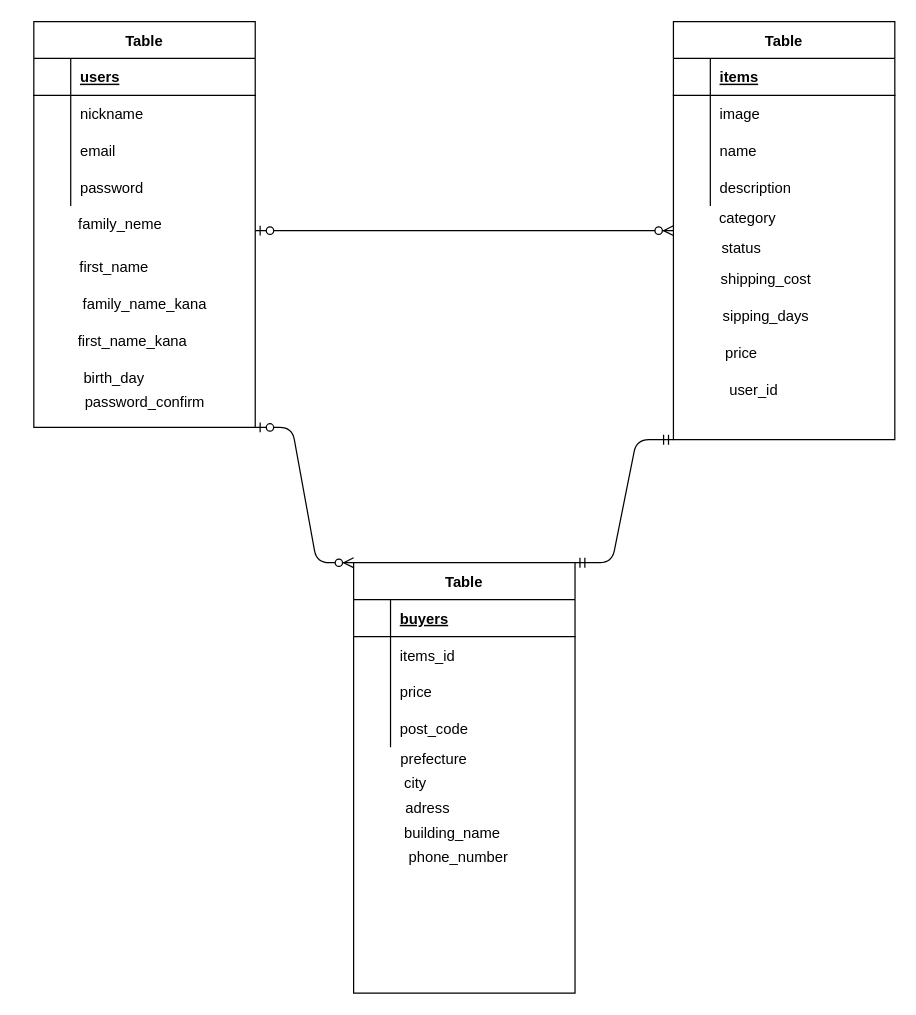
jpei-kawakun/furima-34431 keeps this draw.io diagram as furima.dio. Above is the earlier version. Source tidied: cells renumbered, new cells numbered last; positions are measured from the earlier drawing's top-left corner, leaving out a move shared by most shapes. Both pictures are drawn from the tidied source at 123%, with x=0, y=0 at pixel (33, 21).
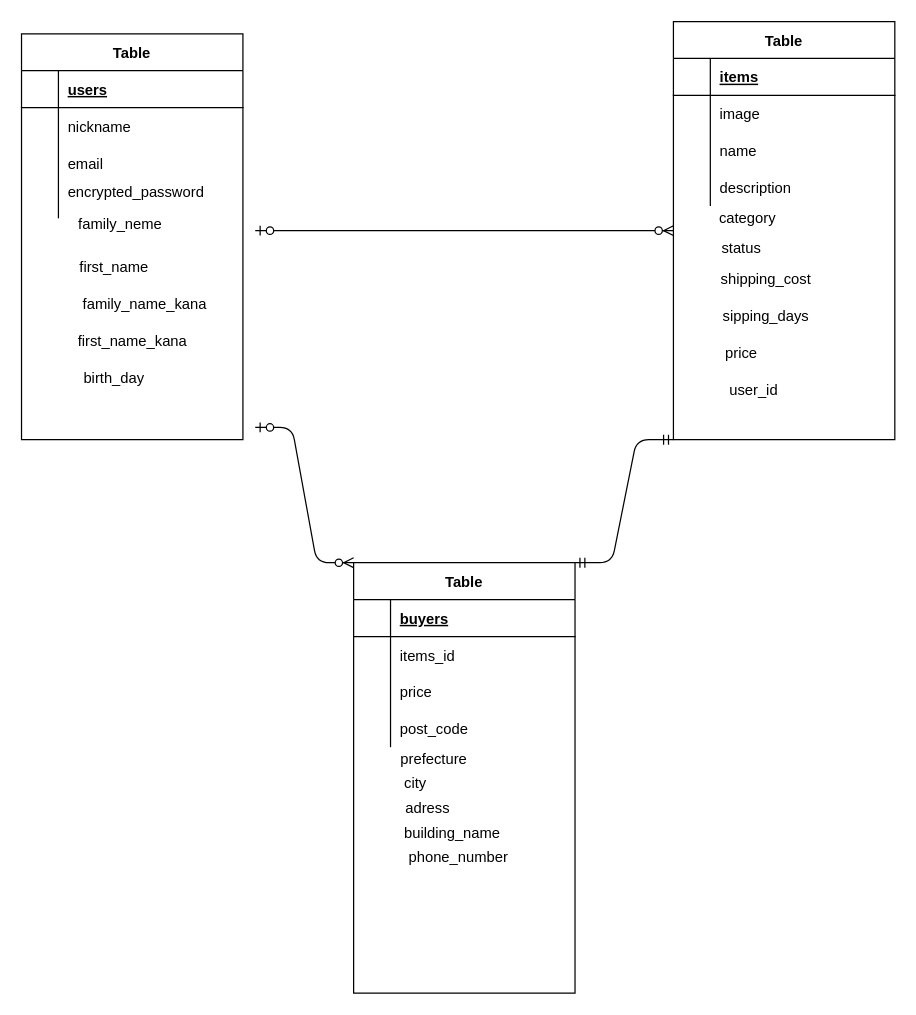
The same diagram, later.

Commit message (it also covers changes not shown here):
encrypted_password変更

The change refers to these unchanged cells:
```xml
<mxCell id="12" style="shape=partialRectangle;fillColor=none;top=0;left=0;bottom=0;right=0;" parent="2" vertex="1">
  <mxGeometry y="120" width="180" height="30" as="geometry" />
</mxCell>
```

The edit, as a diff of the source:
```diff
@@
     <mxCell id="2" value="Table" style="shape=table;startSize=30;childLayout=tableLayout;rowLines=0;fontStyle=1;align=center;" parent="1" vertex="1">
-      <mxGeometry width="180" height="330" as="geometry" />
+      <mxGeometry x="-10" y="10" width="180" height="330" as="geometry" />
     </mxCell>
@@
-    <mxCell id="14" value="password" style="shape=partialRectangle;fillColor=none;top=0;left=0;bottom=0;right=0;align=left;spacingLeft=6;overflow=hidden;" parent="12" vertex="1">
+    <mxCell id="14" value="encrypted_password&#10;" style="shape=partialRectangle;fillColor=none;top=0;left=0;bottom=0;right=0;align=left;spacingLeft=6;overflow=hidden;" parent="12" vertex="1">
       <mxGeometry x="30" width="150" height="30" as="geometry" />
     </mxCell>
@@
-    <mxCell id="61" value="password_confirm" style="text;html=1;align=center;verticalAlign=middle;" parent="1" vertex="1">
-      <mxGeometry x="35" y="300" width="110" height="20" as="geometry" />
-    </mxCell>
```
